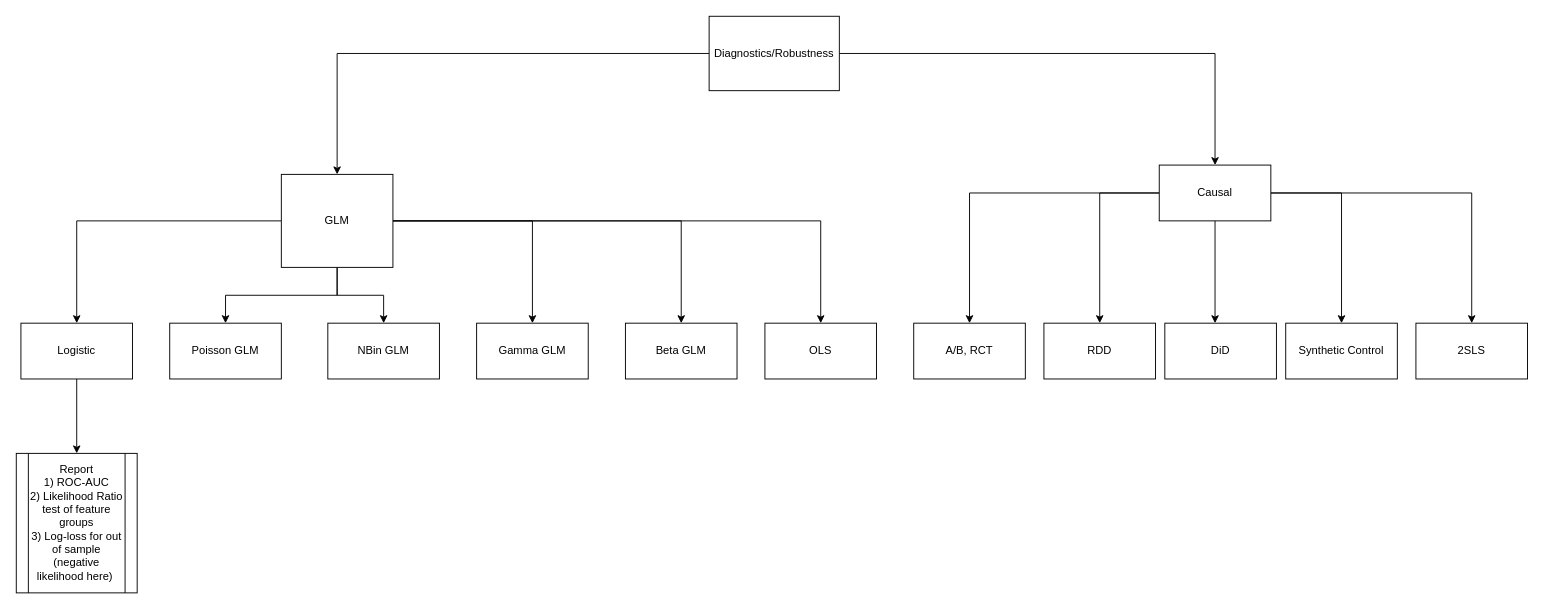
This is page "Robustness and Diagnostics" (4 of 4) of Model Selection.drawio from henry-a-m-webster/Point72CaseStudy_OTIS, a draw.io file, before an edit. Source tidied: cells renumbered, new cells numbered last; positions are measured from the earlier drawing's top-left corner, leaving out a move shared by most shapes. Both pictures are drawn from the tidied source at 93%, with x=0, y=0 at pixel (16, 16).
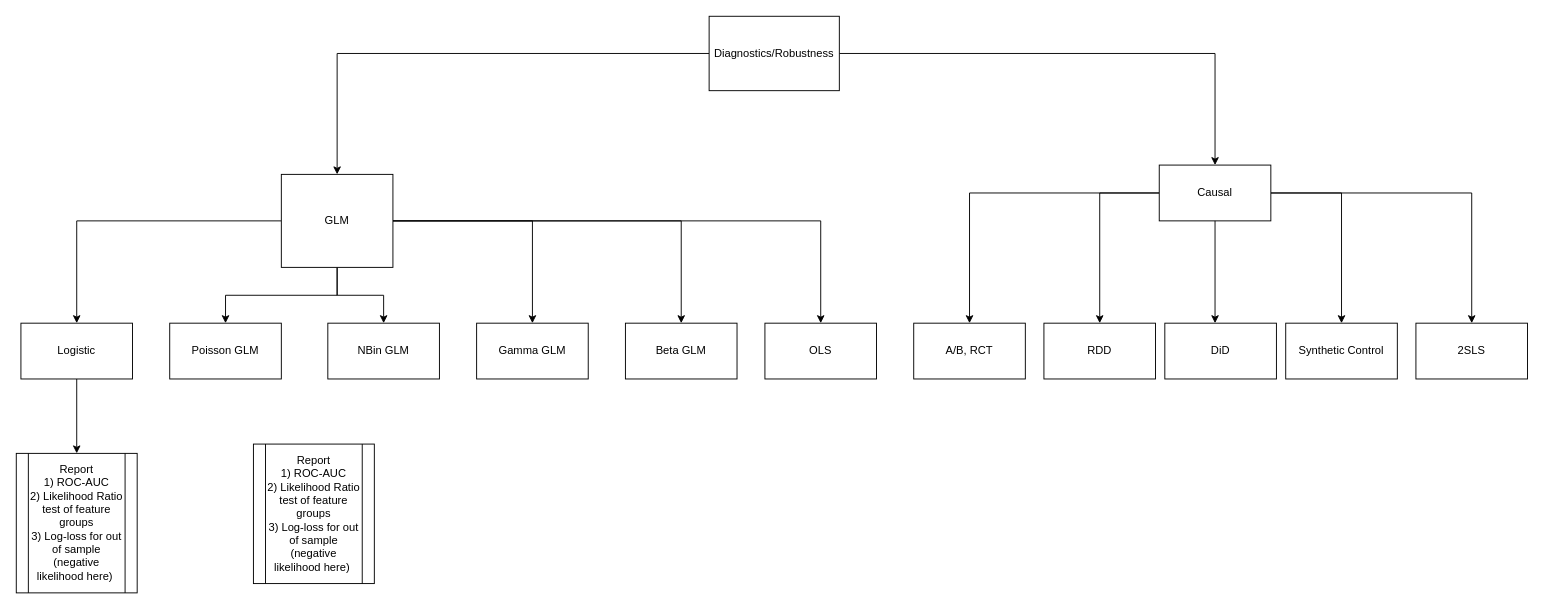
Above is the later version.

The edit, as a diff of the source:
```diff
@@
+    <mxCell id="31" value="Report&lt;br&gt;1) ROC-AUC&lt;br&gt;2) Likelihood Ratio test of feature groups&lt;div&gt;3) Log-loss for out of sample (negative likelihood here)&amp;nbsp;&lt;/div&gt;" style="shape=process;whiteSpace=wrap;html=1;backgroundOutline=1;rounded=0;" parent="1" vertex="1">
+      <mxGeometry x="255" y="460" width="130" height="150" as="geometry" />
+    </mxCell>
```
